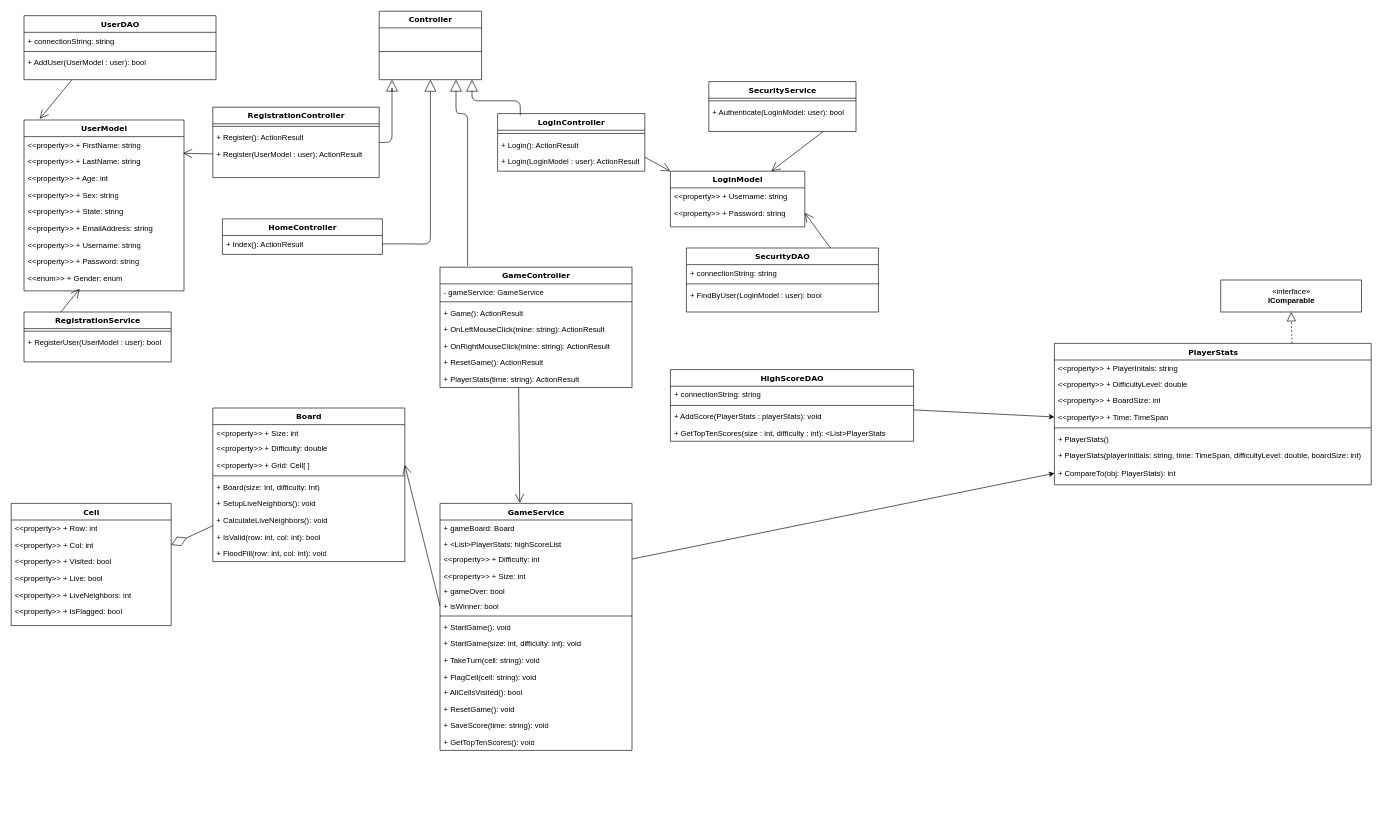
Earlier version of the draw.io diagram Planning and Design/Class Diagram/ClassDiagram.drawio (darthxvaderxd/CST-247-Project). Source tidied: cells renumbered, new cells numbered last; positions are measured from the earlier drawing's top-left corner, leaving out a move shared by most shapes. Both pictures are drawn from the tidied source at 64%, with x=0, y=0 at pixel (11, 11).
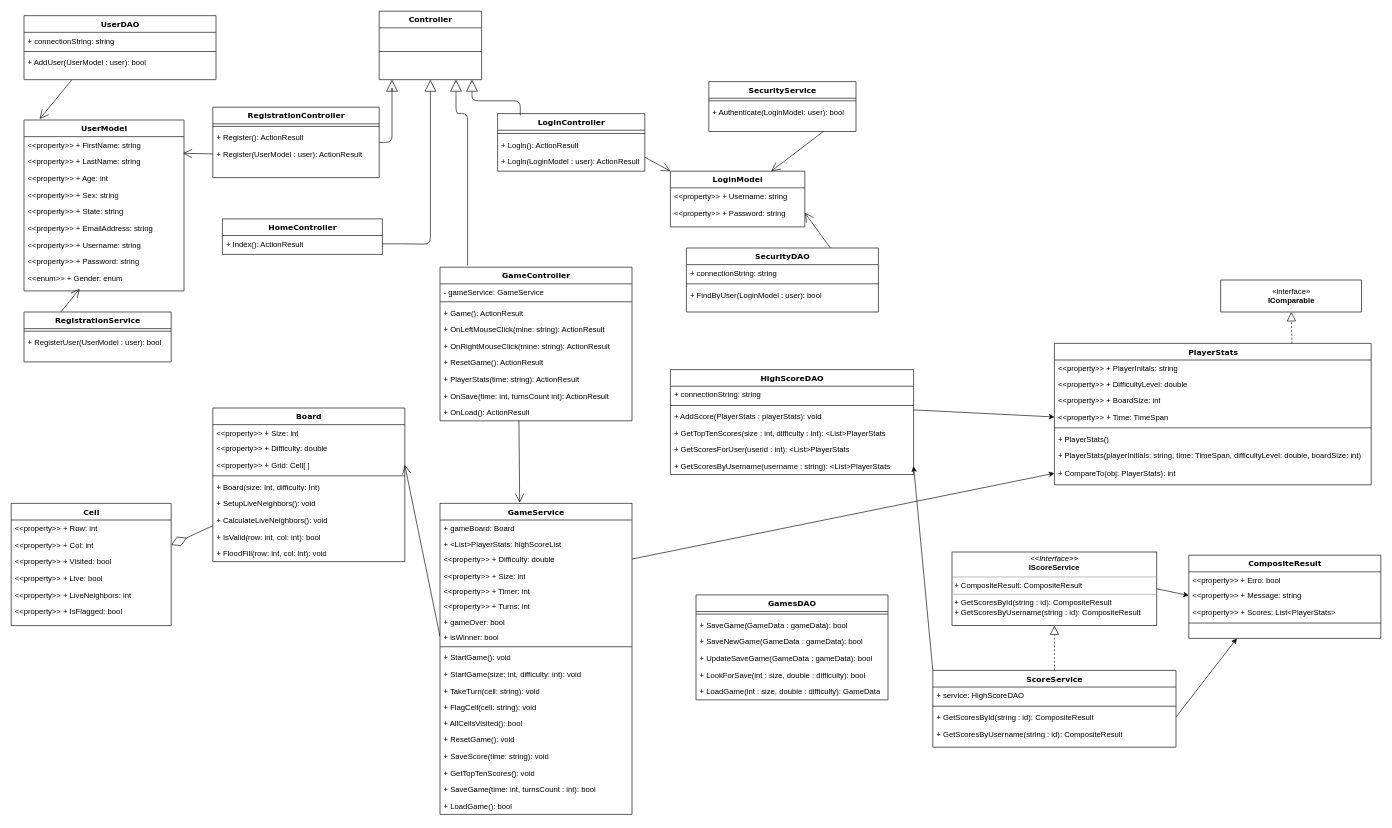
The same diagram, later.

Change to the diagram source:
```diff
@@
     <mxCell id="78" value="GameController" style="swimlane;html=1;fontStyle=1;align=center;verticalAlign=top;horizontal=1;startSize=26;swimlaneFillColor=#ffffff;rounded=0;shadow=0;comic=0;labelBackgroundColor=none;strokeWidth=1;fillColor=none;fontFamily=Verdana;fontSize=12;" parent="1" vertex="1">
-      <mxGeometry x="670" y="400" width="300" height="188" as="geometry" />
+      <mxGeometry x="670" y="400" width="300" height="240" as="geometry" />
     </mxCell>
@@
+    <mxCell id="113" value="+ OnSave(time: int, turnsCount int): ActionResult&lt;br&gt;&lt;br&gt;" style="text;html=1;strokeColor=none;fillColor=none;align=left;verticalAlign=top;spacingLeft=4;spacingRight=4;whiteSpace=wrap;overflow=hidden;" parent="78" vertex="1">
+      <mxGeometry y="188" width="300" height="26" as="geometry" />
+    </mxCell>
+    <mxCell id="114" value="+ OnLoad(): ActionResult&lt;br&gt;&lt;br&gt;" style="text;html=1;strokeColor=none;fillColor=none;align=left;verticalAlign=top;spacingLeft=4;spacingRight=4;whiteSpace=wrap;overflow=hidden;" parent="78" vertex="1">
+      <mxGeometry y="214" width="300" height="26" as="geometry" />
+    </mxCell>
@@
     <mxCell id="90" value="GameService" style="swimlane;html=1;fontStyle=1;align=center;verticalAlign=top;horizontal=1;startSize=26;swimlaneFillColor=#ffffff;rounded=0;shadow=0;comic=0;labelBackgroundColor=none;strokeWidth=1;fillColor=none;fontFamily=Verdana;fontSize=12;" parent="1" vertex="1">
-      <mxGeometry x="670" y="769" width="300" height="386" as="geometry" />
+      <mxGeometry x="670" y="769" width="300" height="486" as="geometry" />
     </mxCell>
@@
-    <mxCell id="93" value="&amp;lt;&amp;lt;property&amp;gt;&amp;gt; + Difficulty: int" style="text;html=1;strokeColor=none;fillColor=none;align=left;verticalAlign=top;spacingLeft=4;spacingRight=4;whiteSpace=wrap;overflow=hidden;points=[[0,0.5],[1,0.5]];portConstraint=eastwest;" parent="90" vertex="1">
+    <mxCell id="93" value="&amp;lt;&amp;lt;property&amp;gt;&amp;gt; + Difficulty: double" style="text;html=1;strokeColor=none;fillColor=none;align=left;verticalAlign=top;spacingLeft=4;spacingRight=4;whiteSpace=wrap;overflow=hidden;points=[[0,0.5],[1,0.5]];portConstraint=eastwest;" parent="90" vertex="1">
       <mxGeometry y="74" width="300" height="26" as="geometry" />
     </mxCell>
@@
+    <mxCell id="115" value="&amp;lt;&amp;lt;property&amp;gt;&amp;gt; + Timer: int" style="text;html=1;strokeColor=none;fillColor=none;align=left;verticalAlign=top;spacingLeft=4;spacingRight=4;whiteSpace=wrap;overflow=hidden;" parent="90" vertex="1">
+      <mxGeometry y="124" width="300" height="24" as="geometry" />
+    </mxCell>
+    <mxCell id="116" value="&amp;lt;&amp;lt;property&amp;gt;&amp;gt; + Turns: int" style="text;html=1;strokeColor=none;fillColor=none;align=left;verticalAlign=top;spacingLeft=4;spacingRight=4;whiteSpace=wrap;overflow=hidden;" parent="90" vertex="1">
+      <mxGeometry y="148" width="300" height="24" as="geometry" />
+    </mxCell>
     <mxCell id="95" value="+ gameOver: bool" style="text;html=1;strokeColor=none;fillColor=none;align=left;verticalAlign=top;spacingLeft=4;spacingRight=4;whiteSpace=wrap;overflow=hidden;" parent="90" vertex="1">
-      <mxGeometry y="124" width="300" height="24" as="geometry" />
+      <mxGeometry y="172" width="300" height="24" as="geometry" />
     </mxCell>
     <mxCell id="96" value="+ isWinner: bool" style="text;html=1;strokeColor=none;fillColor=none;align=left;verticalAlign=top;spacingLeft=4;spacingRight=4;whiteSpace=wrap;overflow=hidden;points=[[0,0.5],[1,0.5]];portConstraint=eastwest;" parent="90" vertex="1">
-      <mxGeometry y="148" width="300" height="24" as="geometry" />
+      <mxGeometry y="196" width="300" height="24" as="geometry" />
     </mxCell>
     <mxCell id="97" style="line;html=1;strokeWidth=1;fillColor=none;align=left;verticalAlign=middle;spacingTop=-1;spacingLeft=3;spacingRight=3;labelPosition=right;" parent="90" vertex="1">
-      <mxGeometry y="172" width="300" height="8" as="geometry" />
+      <mxGeometry y="220" width="300" height="8" as="geometry" />
     </mxCell>
     <mxCell id="98" value="+ StartGame(): void" style="text;html=1;strokeColor=none;fillColor=none;align=left;verticalAlign=top;spacingLeft=4;spacingRight=4;whiteSpace=wrap;overflow=hidden;" parent="90" vertex="1">
-      <mxGeometry y="180" width="300" height="26" as="geometry" />
+      <mxGeometry y="228" width="300" height="26" as="geometry" />
     </mxCell>
     <mxCell id="99" value="+ StartGame(size: int, difficulty: int): void" style="text;html=1;strokeColor=none;fillColor=none;align=left;verticalAlign=top;spacingLeft=4;spacingRight=4;whiteSpace=wrap;overflow=hidden;" parent="90" vertex="1">
-      <mxGeometry y="206" width="300" height="26" as="geometry" />
+      <mxGeometry y="254" width="300" height="26" as="geometry" />
     </mxCell>
     <mxCell id="100" value="+ TakeTurn(cell: string): void&lt;br&gt;" style="text;html=1;strokeColor=none;fillColor=none;align=left;verticalAlign=top;spacingLeft=4;spacingRight=4;whiteSpace=wrap;overflow=hidden;" parent="90" vertex="1">
-      <mxGeometry y="232" width="300" height="26" as="geometry" />
+      <mxGeometry y="280" width="300" height="26" as="geometry" />
     </mxCell>
     <mxCell id="101" value="+ FlagCell(cell: string): void&lt;br&gt;" style="text;html=1;strokeColor=none;fillColor=none;align=left;verticalAlign=top;spacingLeft=4;spacingRight=4;whiteSpace=wrap;overflow=hidden;" parent="90" vertex="1">
-      <mxGeometry y="258" width="300" height="24" as="geometry" />
+      <mxGeometry y="306" width="300" height="24" as="geometry" />
     </mxCell>
     <mxCell id="102" value="+ AllCellsVisited(): bool&lt;br&gt;&lt;br&gt;" style="text;html=1;strokeColor=none;fillColor=none;align=left;verticalAlign=top;spacingLeft=4;spacingRight=4;whiteSpace=wrap;overflow=hidden;" parent="90" vertex="1">
-      <mxGeometry y="282" width="300" height="26" as="geometry" />
+      <mxGeometry y="330" width="300" height="26" as="geometry" />
     </mxCell>
     <mxCell id="103" value="+ ResetGame(): void&lt;br&gt;&lt;br&gt;" style="text;html=1;strokeColor=none;fillColor=none;align=left;verticalAlign=top;spacingLeft=4;spacingRight=4;whiteSpace=wrap;overflow=hidden;" parent="90" vertex="1">
-      <mxGeometry y="308" width="300" height="26" as="geometry" />
+      <mxGeometry y="356" width="300" height="26" as="geometry" />
     </mxCell>
     <mxCell id="104" value="+ SaveScore(time: string): void&lt;br&gt;&lt;br&gt;" style="text;html=1;strokeColor=none;fillColor=none;align=left;verticalAlign=top;spacingLeft=4;spacingRight=4;whiteSpace=wrap;overflow=hidden;" parent="90" vertex="1">
-      <mxGeometry y="334" width="300" height="26" as="geometry" />
+      <mxGeometry y="382" width="300" height="26" as="geometry" />
     </mxCell>
     <mxCell id="105" value="+ GetTopTenScores(): void&lt;br&gt;&lt;br&gt;" style="text;html=1;strokeColor=none;fillColor=none;align=left;verticalAlign=top;spacingLeft=4;spacingRight=4;whiteSpace=wrap;overflow=hidden;" parent="90" vertex="1">
-      <mxGeometry y="360" width="300" height="26" as="geometry" />
+      <mxGeometry y="408" width="300" height="26" as="geometry" />
     </mxCell>
+    <mxCell id="117" value="+ SaveGame(time: int, turnsCount : int): bool&lt;br&gt;&lt;br&gt;" style="text;html=1;strokeColor=none;fillColor=none;align=left;verticalAlign=top;spacingLeft=4;spacingRight=4;whiteSpace=wrap;overflow=hidden;" parent="90" vertex="1">
+      <mxGeometry y="434" width="300" height="26" as="geometry" />
+    </mxCell>
+    <mxCell id="118" value="+ LoadGame(): bool&lt;br&gt;&lt;br&gt;" style="text;html=1;strokeColor=none;fillColor=none;align=left;verticalAlign=top;spacingLeft=4;spacingRight=4;whiteSpace=wrap;overflow=hidden;" parent="90" vertex="1">
+      <mxGeometry y="460" width="300" height="26" as="geometry" />
+    </mxCell>
@@
     <mxCell id="107" value="HighScoreDAO" style="swimlane;html=1;fontStyle=1;align=center;verticalAlign=top;horizontal=1;startSize=26;swimlaneFillColor=#ffffff;rounded=0;shadow=0;comic=0;labelBackgroundColor=none;strokeWidth=1;fillColor=none;fontFamily=Verdana;fontSize=12;" parent="1" vertex="1">
-      <mxGeometry x="1030" y="560" width="380" height="112" as="geometry" />
+      <mxGeometry x="1030" y="560" width="380" height="164" as="geometry" />
     </mxCell>
@@
+    <mxCell id="119" value="+ GetScoresForUser(userid : int): &amp;lt;List&amp;gt;PlayerStats" style="text;html=1;strokeColor=none;fillColor=none;align=left;verticalAlign=top;spacingLeft=4;spacingRight=4;whiteSpace=wrap;overflow=hidden;" parent="107" vertex="1">
+      <mxGeometry y="112" width="380" height="26" as="geometry" />
+    </mxCell>
+    <mxCell id="120" value="+ GetScoresByUsername(username : string): &amp;lt;List&amp;gt;PlayerStats" style="text;html=1;strokeColor=none;fillColor=none;align=left;verticalAlign=top;spacingLeft=4;spacingRight=4;whiteSpace=wrap;overflow=hidden;points=[[0,0.5],[1,0.5]];portConstraint=eastwest;" parent="107" vertex="1">
+      <mxGeometry y="138" width="380" height="26" as="geometry" />
+    </mxCell>
@@
+    <mxCell id="121" value="GamesDAO" style="swimlane;html=1;fontStyle=1;align=center;verticalAlign=top;horizontal=1;startSize=26;swimlaneFillColor=#ffffff;rounded=0;shadow=0;comic=0;labelBackgroundColor=none;strokeWidth=1;fillColor=none;fontFamily=Verdana;fontSize=12;" parent="1" vertex="1">
+      <mxGeometry x="1070" y="912" width="300" height="164" as="geometry" />
+    </mxCell>
+    <mxCell id="122" style="line;html=1;strokeWidth=1;fillColor=none;align=left;verticalAlign=middle;spacingTop=-1;spacingLeft=3;spacingRight=3;labelPosition=right;" parent="121" vertex="1">
+      <mxGeometry y="26" width="300" height="8" as="geometry" />
+    </mxCell>
+    <mxCell id="123" value="+ SaveGame(GameData : gameData): bool" style="text;html=1;strokeColor=none;fillColor=none;align=left;verticalAlign=top;spacingLeft=4;spacingRight=4;whiteSpace=wrap;overflow=hidden;" parent="121" vertex="1">
+      <mxGeometry y="34" width="300" height="26" as="geometry" />
+    </mxCell>
+    <mxCell id="124" value="+ SaveNewGame(GameData : gameData): bool" style="text;html=1;strokeColor=none;fillColor=none;align=left;verticalAlign=top;spacingLeft=4;spacingRight=4;whiteSpace=wrap;overflow=hidden;" parent="121" vertex="1">
+      <mxGeometry y="60" width="300" height="26" as="geometry" />
+    </mxCell>
+    <mxCell id="125" value="+ UpdateSaveGame(GameData : gameData): bool" style="text;html=1;strokeColor=none;fillColor=none;align=left;verticalAlign=top;spacingLeft=4;spacingRight=4;whiteSpace=wrap;overflow=hidden;" parent="121" vertex="1">
+      <mxGeometry y="86" width="300" height="26" as="geometry" />
+    </mxCell>
+    <mxCell id="126" value="+ LookForSave(int : size, double : difficulty): bool" style="text;html=1;strokeColor=none;fillColor=none;align=left;verticalAlign=top;spacingLeft=4;spacingRight=4;whiteSpace=wrap;overflow=hidden;" parent="121" vertex="1">
+      <mxGeometry y="112" width="300" height="26" as="geometry" />
+    </mxCell>
+    <mxCell id="127" value="+ LoadGame(int : size, double : difficulty): GameData" style="text;html=1;strokeColor=none;fillColor=none;align=left;verticalAlign=top;spacingLeft=4;spacingRight=4;whiteSpace=wrap;overflow=hidden;" parent="121" vertex="1">
+      <mxGeometry y="138" width="300" height="26" as="geometry" />
+    </mxCell>
+    <mxCell id="128" value="&lt;p style=&quot;margin: 0px ; margin-top: 4px ; text-align: center&quot;&gt;&lt;i&gt;&amp;lt;&amp;lt;Interface&amp;gt;&amp;gt;&lt;/i&gt;&lt;br&gt;&lt;b&gt;IScoreService&lt;/b&gt;&lt;/p&gt;&lt;hr size=&quot;1&quot;&gt;&lt;p style=&quot;margin: 0px ; margin-left: 4px&quot;&gt;+ CompositeResult: CompositeResult&lt;br&gt;&lt;/p&gt;&lt;hr size=&quot;1&quot;&gt;&lt;p style=&quot;margin: 0px ; margin-left: 4px&quot;&gt;+ GetScoresById(string : id): CompositeResult&lt;br&gt;+ GetScoresByUsername(string : id): CompositeResult&lt;/p&gt;" style="verticalAlign=top;align=left;overflow=fill;fontSize=12;fontFamily=Helvetica;html=1;" parent="1" vertex="1">
+      <mxGeometry x="1470" y="845" width="320" height="115" as="geometry" />
+    </mxCell>
+    <mxCell id="129" value="CompositeResult" style="swimlane;html=1;fontStyle=1;align=center;verticalAlign=top;horizontal=1;startSize=26;swimlaneFillColor=#ffffff;rounded=0;shadow=0;comic=0;labelBackgroundColor=none;strokeWidth=1;fillColor=none;fontFamily=Verdana;fontSize=12;" parent="1" vertex="1">
+      <mxGeometry x="1840" y="850" width="300" height="130" as="geometry" />
+    </mxCell>
+    <mxCell id="130" value="&amp;lt;&amp;lt;property&amp;gt;&amp;gt; + Erro: bool" style="text;html=1;strokeColor=none;fillColor=none;align=left;verticalAlign=top;spacingLeft=4;spacingRight=4;whiteSpace=wrap;overflow=hidden;" parent="129" vertex="1">
+      <mxGeometry y="26" width="300" height="24" as="geometry" />
+    </mxCell>
+    <mxCell id="131" value="&amp;lt;&amp;lt;property&amp;gt;&amp;gt; + Message: string" style="text;html=1;strokeColor=none;fillColor=none;align=left;verticalAlign=top;spacingLeft=4;spacingRight=4;whiteSpace=wrap;overflow=hidden;points=[[0,0.5],[1,0.5]];portConstraint=eastwest;" parent="129" vertex="1">
+      <mxGeometry y="50" width="300" height="26" as="geometry" />
+    </mxCell>
+    <mxCell id="132" value="&amp;lt;&amp;lt;property&amp;gt;&amp;gt; + Scores: List&amp;lt;PlayerStats&amp;gt;" style="text;html=1;strokeColor=none;fillColor=none;align=left;verticalAlign=top;spacingLeft=4;spacingRight=4;whiteSpace=wrap;overflow=hidden;" parent="129" vertex="1">
+      <mxGeometry y="76" width="300" height="26" as="geometry" />
+    </mxCell>
+    <mxCell id="133" style="line;html=1;strokeWidth=1;fillColor=none;align=left;verticalAlign=middle;spacingTop=-1;spacingLeft=3;spacingRight=3;labelPosition=right;" parent="129" vertex="1">
+      <mxGeometry y="102" width="300" height="8" as="geometry" />
+    </mxCell>
+    <mxCell id="134" style="endArrow=classic;html=1;entryX=0;entryY=0.5;entryDx=0;entryDy=0;exitX=1;exitY=0.5;exitDx=0;exitDy=0;" parent="1" edge="1" source="128" target="131">
+      <mxGeometry relative="1" as="geometry" />
+    </mxCell>
+    <mxCell id="135" style="endArrow=block;dashed=1;endFill=0;endSize=12;html=1;entryX=0.5;entryY=1;entryDx=0;entryDy=0;" parent="1" edge="1" source="136" target="128">
+      <mxGeometry relative="1" as="geometry" />
+    </mxCell>
+    <mxCell id="136" value="ScoreService" style="swimlane;html=1;fontStyle=1;align=center;verticalAlign=top;horizontal=1;startSize=26;swimlaneFillColor=#ffffff;rounded=0;shadow=0;comic=0;labelBackgroundColor=none;strokeWidth=1;fillColor=none;fontFamily=Verdana;fontSize=12;" parent="1" vertex="1">
+      <mxGeometry x="1440" y="1030" width="380" height="120" as="geometry" />
+    </mxCell>
+    <mxCell id="137" value="+ service: HighScoreDAO" style="text;html=1;strokeColor=none;fillColor=none;align=left;verticalAlign=top;spacingLeft=4;spacingRight=4;whiteSpace=wrap;overflow=hidden;" parent="136" vertex="1">
+      <mxGeometry y="26" width="380" height="26" as="geometry" />
+    </mxCell>
+    <mxCell id="138" style="line;html=1;strokeWidth=1;fillColor=none;align=left;verticalAlign=middle;spacingTop=-1;spacingLeft=3;spacingRight=3;labelPosition=right;" parent="136" vertex="1">
+      <mxGeometry y="52" width="380" height="8" as="geometry" />
+    </mxCell>
+    <mxCell id="139" value="+ GetScoresById(string : id): CompositeResult" style="text;html=1;strokeColor=none;fillColor=none;align=left;verticalAlign=top;spacingLeft=4;spacingRight=4;whiteSpace=wrap;overflow=hidden;points=[[0,0.5],[1,0.5]];portConstraint=eastwest;" parent="136" vertex="1">
+      <mxGeometry y="60" width="380" height="26" as="geometry" />
+    </mxCell>
+    <mxCell id="140" value="+ GetScoresByUsername(string : id): CompositeResult" style="text;html=1;strokeColor=none;fillColor=none;align=left;verticalAlign=top;spacingLeft=4;spacingRight=4;whiteSpace=wrap;overflow=hidden;" parent="136" vertex="1">
+      <mxGeometry y="86" width="380" height="26" as="geometry" />
+    </mxCell>
+    <mxCell id="141" style="endArrow=classic;html=1;entryX=1;entryY=0.5;entryDx=0;entryDy=0;exitX=0;exitY=0;exitDx=0;exitDy=0;" parent="1" edge="1" source="136" target="120">
+      <mxGeometry relative="1" as="geometry" />
+    </mxCell>
+    <mxCell id="142" style="endArrow=classic;html=1;entryX=0.25;entryY=1;entryDx=0;entryDy=0;exitX=1;exitY=0.5;exitDx=0;exitDy=0;" parent="1" edge="1" source="139" target="129">
+      <mxGeometry relative="1" as="geometry" />
+    </mxCell>
```
